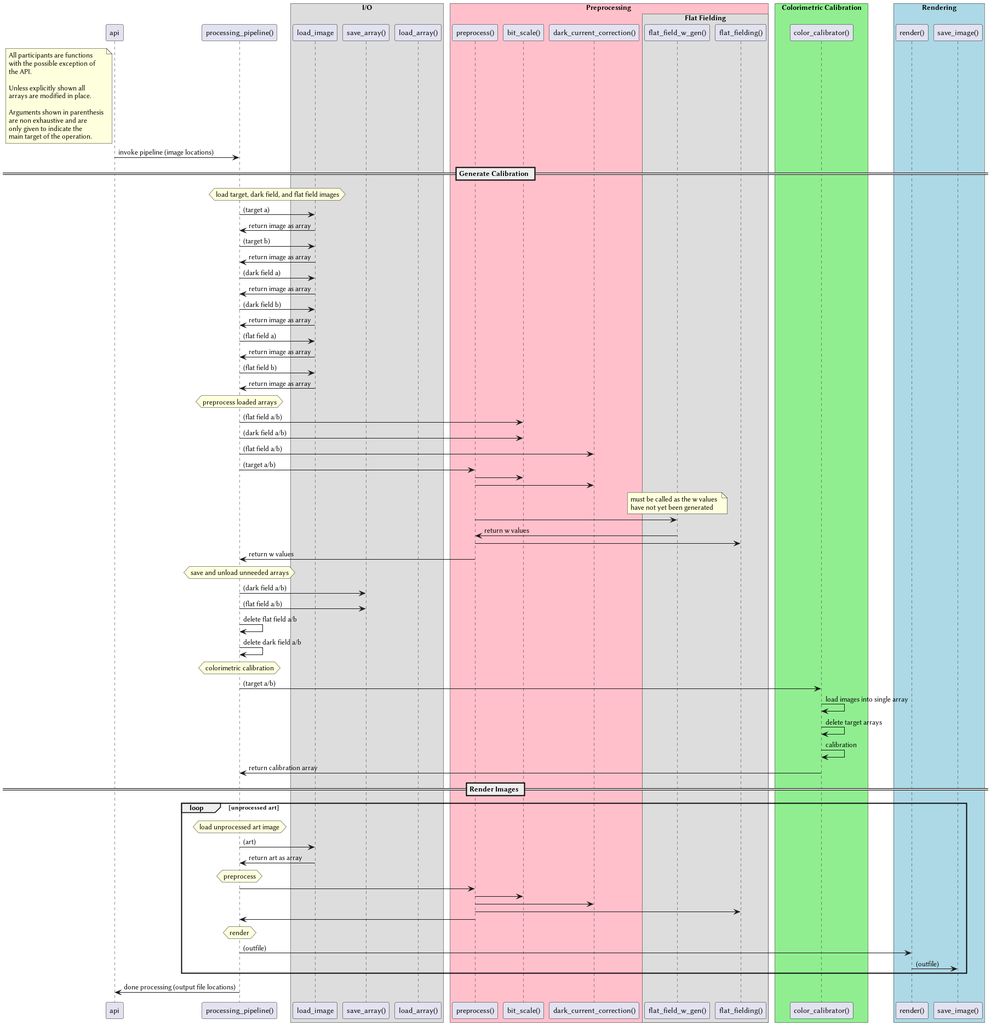
Earlier version of the PlantUML export backend/doc/sequence_diagram.png (BeyondRGB/Imaging-Art-beyond-RGB).
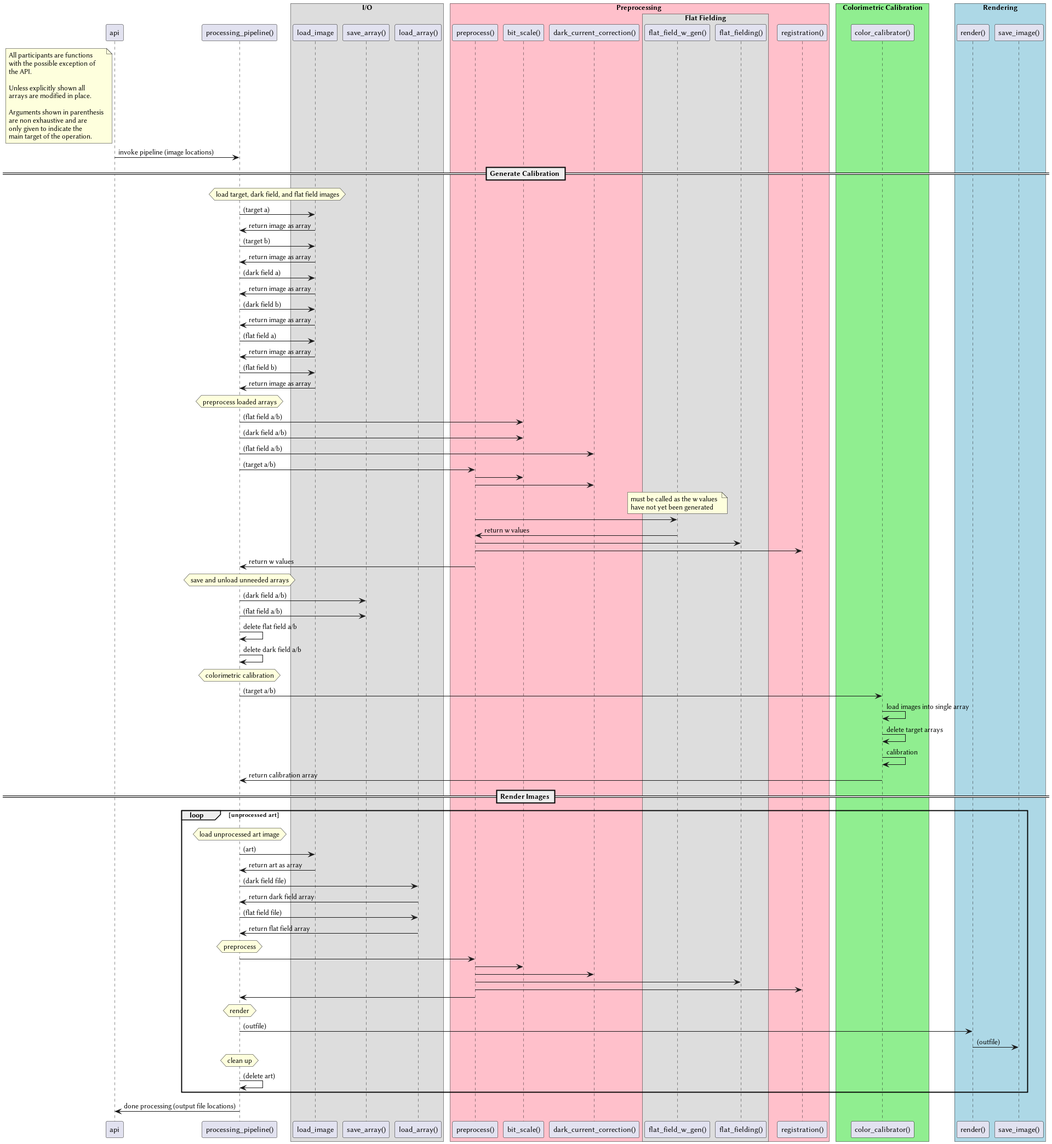
After the commit.

Change to the diagram source:
```diff
@@ -16,6 +16,7 @@
 participant "flat_field_w_gen()" as wgen
 participant "flat_fielding()" as ff
 end box
+participant "registration()" as re
 end box
 box "Colorimetric Calibration" #LightGreen
 participant "color_calibrator()" as cc
@@ -66,6 +67,7 @@
 pp -> wgen
 wgen -> pp : return w values
 pp -> ff
+pp -> re
 pp -> pl : return w values
 
 hnote over pl : save and unload unneeded arrays
@@ -86,15 +88,22 @@
 hnote over pl : load unprocessed art image
     pl -> li : (art)
     li -> pl : return art as array
+    pl -> la : (dark field file)
+    la -> pl : return dark field array
+    pl -> la : (flat field file)
+    la -> pl : return flat field array
 hnote over pl : preprocess
     pl -> pp
     pp -> bs
     pp -> dcc
     pp -> ff
+    pp -> re
     pp -> pl
 hnote over pl : render
     pl -> rend : (outfile)
     rend -> si : (outfile)
+hnote over pl : clean up
+    pl -> pl : (delete art)
 end
 pl -> api : done processing (output file locations)
 @enduml
```
